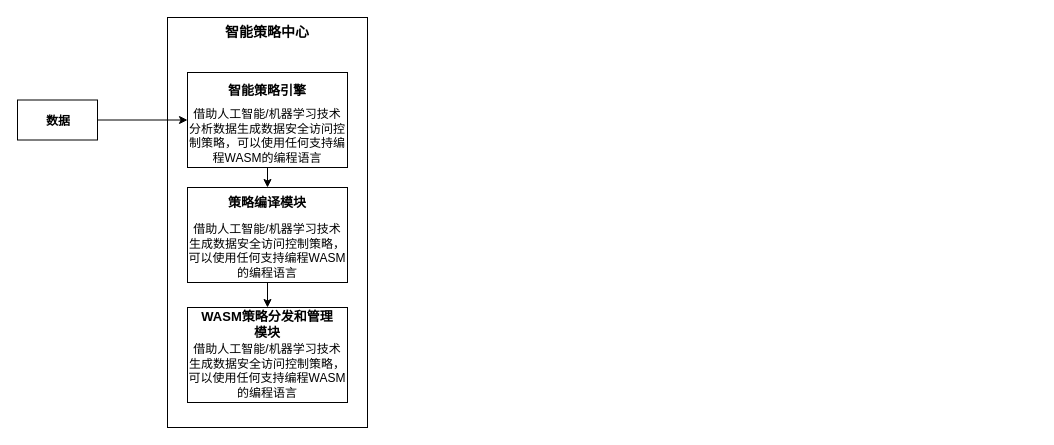
This is dhp/smart.data.policy.based.on.wasm.drawio from wenhulove333/opendhp, a draw.io file, before an edit. Source tidied: cells renumbered, new cells numbered last; positions are measured from the earlier drawing's top-left corner, leaving out a move shared by most shapes. Both pictures are drawn from the tidied source at 100%, with x=0, y=0 at pixel (17, 17).
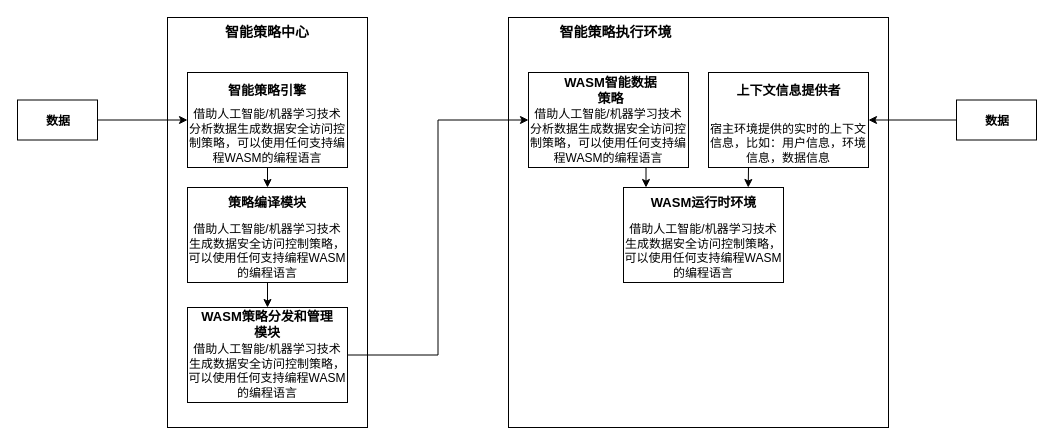
The same page after the edit.

The change refers to these unchanged cells:
```xml
<mxCell id="15" value="借助人工智能/机器学习技术生成数据安全访问控制策略，可以使用任何支持编程WASM的编程语言" style="rounded=0;whiteSpace=wrap;html=1;fillColor=none;verticalAlign=bottom;" parent="1" vertex="1">
  <mxGeometry x="170" y="290" width="160" height="95" as="geometry" />
</mxCell>
```

Diff of the diagram source:
```diff
@@
+    <mxCell id="17" style="rounded=0;whiteSpace=wrap;html=1;strokeWidth=1;fillColor=none;align=center;" parent="1" vertex="1">
+      <mxGeometry x="491" width="380" height="410" as="geometry" />
+    </mxCell>
+    <mxCell id="18" value="&lt;b&gt;智能策略执行环境&lt;/b&gt;" style="text;html=1;align=center;verticalAlign=middle;whiteSpace=wrap;rounded=0;fontSize=14;" parent="1" vertex="1">
+      <mxGeometry x="536" width="125" height="30" as="geometry" />
+    </mxCell>
+    <mxCell id="19" style="edgeStyle=orthogonalEdgeStyle;rounded=0;jettySize=auto;html=1;exitX=0.75;exitY=1;exitDx=0;exitDy=0;entryX=0;entryY=0;entryDx=0;entryDy=0;" parent="1" edge="1" source="20" target="23">
+      <mxGeometry relative="1" as="geometry" />
+    </mxCell>
+    <mxCell id="20" value="借助人工智能/机器学习技术分析数据生成数据安全访问控制策略，可以使用任何支持编程WASM的编程语言" style="rounded=0;whiteSpace=wrap;html=1;fillColor=none;verticalAlign=bottom;" parent="1" vertex="1">
+      <mxGeometry x="511" y="55" width="160" height="95" as="geometry" />
+    </mxCell>
+    <mxCell id="21" value="&lt;font style=&quot;font-size: 13px;&quot;&gt;&lt;b style=&quot;&quot;&gt;WASM智能数据策略&lt;/b&gt;&lt;/font&gt;" style="text;html=1;align=center;verticalAlign=middle;whiteSpace=wrap;rounded=0;" parent="1" vertex="1">
+      <mxGeometry x="546" y="58" width="95" height="30" as="geometry" />
+    </mxCell>
+    <mxCell id="22" value="借助人工智能/机器学习技术生成数据安全访问控制策略，可以使用任何支持编程WASM的编程语言" style="rounded=0;whiteSpace=wrap;html=1;fillColor=none;verticalAlign=bottom;" parent="1" vertex="1">
+      <mxGeometry x="606" y="170" width="160" height="95" as="geometry" />
+    </mxCell>
+    <mxCell id="23" value="&lt;font style=&quot;font-size: 13px;&quot;&gt;&lt;b style=&quot;&quot;&gt;WASM运行时环境&lt;/b&gt;&lt;/font&gt;" style="text;html=1;align=center;verticalAlign=middle;whiteSpace=wrap;rounded=0;" parent="1" vertex="1">
+      <mxGeometry x="628.5" y="170" width="115" height="30" as="geometry" />
+    </mxCell>
+    <mxCell id="24" style="edgeStyle=orthogonalEdgeStyle;rounded=0;jettySize=auto;html=1;exitX=1;exitY=0.5;exitDx=0;exitDy=0;entryX=0;entryY=0.5;entryDx=0;entryDy=0;" parent="1" edge="1" source="15" target="20">
+      <mxGeometry relative="1" as="geometry" />
+    </mxCell>
+    <mxCell id="25" value="宿主环境提供的实时的上下文信息，比如：用户信息，环境信息，数据信息" style="rounded=0;whiteSpace=wrap;html=1;fillColor=none;verticalAlign=bottom;" parent="1" vertex="1">
+      <mxGeometry x="691" y="55" width="160" height="95" as="geometry" />
+    </mxCell>
+    <mxCell id="26" value="&lt;font style=&quot;font-size: 13px;&quot;&gt;&lt;b style=&quot;&quot;&gt;上下文信息提供者&lt;/b&gt;&lt;/font&gt;" style="text;html=1;align=center;verticalAlign=middle;whiteSpace=wrap;rounded=0;" parent="1" vertex="1">
+      <mxGeometry x="713.5" y="58" width="115" height="30" as="geometry" />
+    </mxCell>
+    <mxCell id="27" style="edgeStyle=orthogonalEdgeStyle;rounded=0;jettySize=auto;html=1;exitX=0.25;exitY=1;exitDx=0;exitDy=0;entryX=0.889;entryY=0;entryDx=0;entryDy=0;entryPerimeter=0;" parent="1" edge="1" source="25" target="23">
+      <mxGeometry relative="1" as="geometry" />
+    </mxCell>
+    <mxCell id="28" style="group;" parent="1" vertex="1">
+      <mxGeometry x="939" y="82.5" width="80" height="40" as="geometry" />
+    </mxCell>
+    <mxCell id="29" style="group;" parent="28" vertex="1">
+      <mxGeometry width="80" height="40" as="geometry" />
+    </mxCell>
+    <mxCell id="30" style="rounded=0;whiteSpace=wrap;html=1;strokeWidth=1;fillColor=none;align=center;" parent="29" vertex="1">
+      <mxGeometry width="80" height="40" as="geometry" />
+    </mxCell>
+    <mxCell id="31" value="&lt;b&gt;数据&lt;/b&gt;" style="text;html=1;align=center;verticalAlign=middle;whiteSpace=wrap;rounded=0;" parent="29" vertex="1">
+      <mxGeometry x="6" y="9" width="70" height="24" as="geometry" />
+    </mxCell>
+    <mxCell id="32" style="edgeStyle=orthogonalEdgeStyle;rounded=0;jettySize=auto;html=1;exitX=0;exitY=0.5;exitDx=0;exitDy=0;entryX=1;entryY=0.5;entryDx=0;entryDy=0;" parent="1" edge="1" source="30" target="25">
+      <mxGeometry relative="1" as="geometry" />
+    </mxCell>
```
